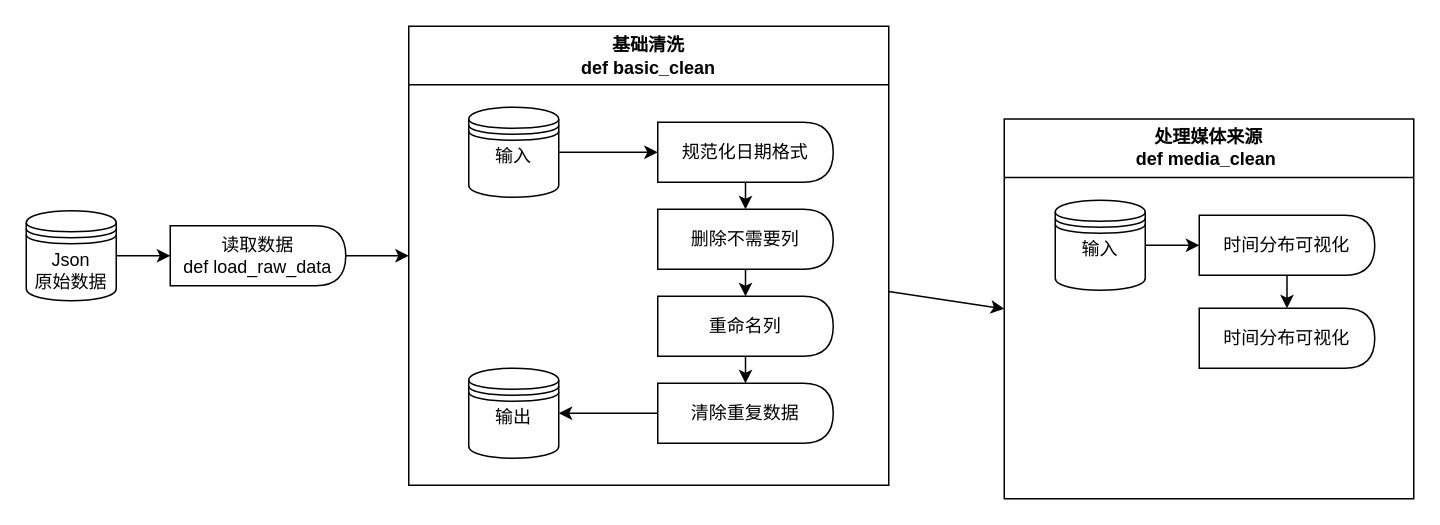
Before: Flow_Chart.dio in TerraRiver/Reporting-Rtrategy-Identification, a draw.io diagram. Source tidied: cells renumbered, new cells numbered last; positions are measured from the earlier drawing's top-left corner, leaving out a move shared by most shapes. Both pictures are drawn from the tidied source at 150%, with x=0, y=0 at pixel (26, 26).
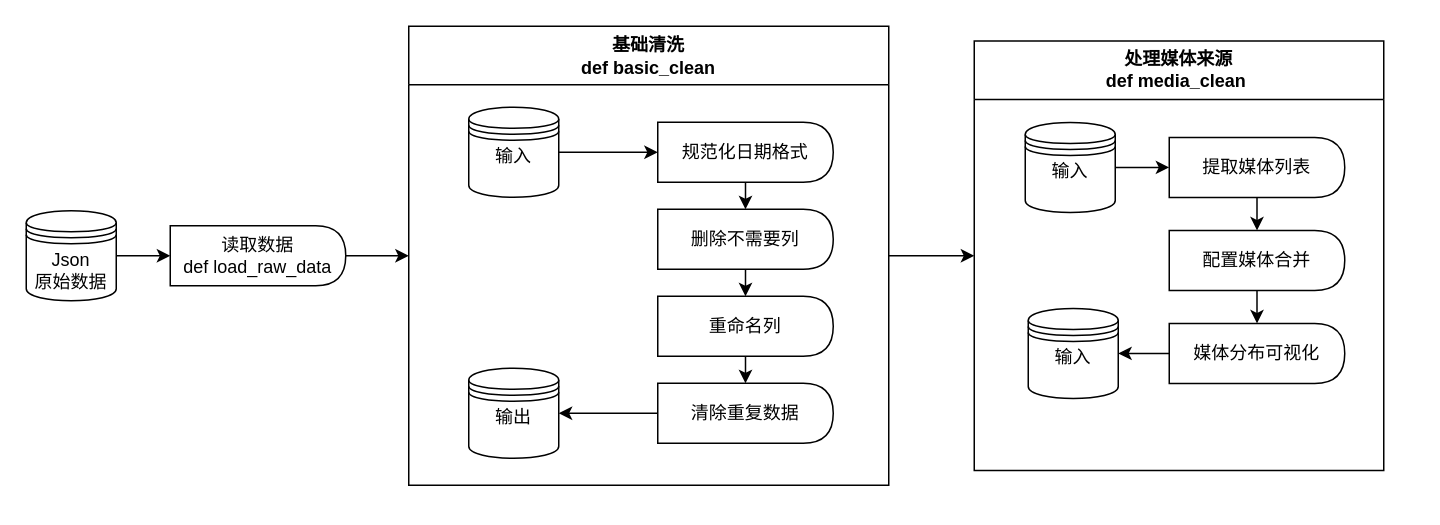
After the change.

Change to the diagram source:
```diff
@@
     <mxCell id="20" value="处理媒体来源&lt;br&gt;&lt;div&gt;&lt;font color=&quot;#000000&quot;&gt;def media_clean&amp;nbsp;&lt;/font&gt;&lt;/div&gt;" style="swimlane;whiteSpace=wrap;html=1;startSize=39;" parent="1" vertex="1">
-      <mxGeometry x="652" y="61.8" width="273" height="253.2" as="geometry" />
+      <mxGeometry x="632" y="9.9" width="273" height="286.2" as="geometry" />
     </mxCell>
+    <mxCell id="26" style="group;" parent="20" vertex="1">
+      <mxGeometry x="34" y="54.2" width="213" height="184" as="geometry" />
+    </mxCell>
-    <mxCell id="21" value="输入&lt;div&gt;&lt;br&gt;&lt;/div&gt;" style="shape=datastore;whiteSpace=wrap;html=1;" parent="20" vertex="1">
-      <mxGeometry x="34" y="54.2" width="60" height="60" as="geometry" />
+    <mxCell id="21" value="输入&lt;div&gt;&lt;br&gt;&lt;/div&gt;" style="shape=datastore;whiteSpace=wrap;html=1;" parent="26" vertex="1">
+      <mxGeometry width="60" height="60" as="geometry" />
     </mxCell>
-    <mxCell id="22" style="edgeStyle=none;html=1;" parent="20" edge="1" source="23" target="25">
+    <mxCell id="22" style="edgeStyle=none;html=1;" parent="26" edge="1" source="23" target="25">
       <mxGeometry relative="1" as="geometry" />
     </mxCell>
-    <mxCell id="23" value="时间分布可视化" style="shape=delay;whiteSpace=wrap;html=1;" parent="20" vertex="1">
-      <mxGeometry x="130" y="64.2" width="117" height="40" as="geometry" />
+    <mxCell id="23" value="提取媒体列表" style="shape=delay;whiteSpace=wrap;html=1;" parent="26" vertex="1">
+      <mxGeometry x="96" y="10" width="117" height="40" as="geometry" />
     </mxCell>
-    <mxCell id="24" style="edgeStyle=none;html=1;" parent="20" edge="1" source="21" target="23">
+    <mxCell id="24" style="edgeStyle=none;html=1;" parent="26" edge="1" source="21" target="23">
       <mxGeometry relative="1" as="geometry" />
     </mxCell>
+    <mxCell id="27" style="edgeStyle=none;html=1;" parent="26" edge="1" source="25" target="29">
+      <mxGeometry relative="1" as="geometry" />
+    </mxCell>
-    <mxCell id="25" value="时间分布可视化" style="shape=delay;whiteSpace=wrap;html=1;" parent="20" vertex="1">
-      <mxGeometry x="130" y="126.2" width="117" height="40" as="geometry" />
+    <mxCell id="25" value="配置媒体合并" style="shape=delay;whiteSpace=wrap;html=1;" parent="26" vertex="1">
+      <mxGeometry x="96" y="72" width="117" height="40" as="geometry" />
     </mxCell>
+    <mxCell id="28" style="edgeStyle=none;html=1;" parent="26" edge="1" source="29" target="30">
+      <mxGeometry relative="1" as="geometry" />
+    </mxCell>
+    <mxCell id="29" value="媒体分布可视化" style="shape=delay;whiteSpace=wrap;html=1;" parent="26" vertex="1">
+      <mxGeometry x="96" y="134" width="117" height="40" as="geometry" />
+    </mxCell>
+    <mxCell id="30" value="输入&lt;div&gt;&lt;br&gt;&lt;/div&gt;" style="shape=datastore;whiteSpace=wrap;html=1;" parent="26" vertex="1">
+      <mxGeometry x="2" y="124" width="60" height="60" as="geometry" />
+    </mxCell>
```
